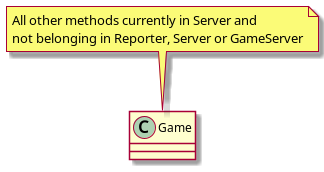
The PlantUML diagram megamek/docs/uml/GameLogic.png in SchoofsEbert/megamek, before a commit. The source it was exported from:
```plantuml
@startuml

note top of Game : All other methods currently in Server and\nnot belonging in Reporter, Server or GameServer
class Game{}

@enduml
```
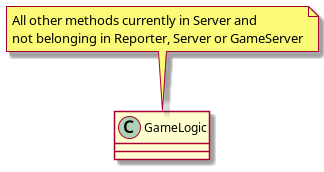
After the commit.

Commit message:
moved Server.checkGlobalDamage to GameLogic.checkGlobalDamage

What changed in the source:
```diff
@@ -1,6 +1,6 @@
 @startuml
 
-note top of Game : All other methods currently in Server and\nnot belonging in Reporter, Server or GameServer
-class Game{}
+note top of GameLogic : All other methods currently in Server and\nnot belonging in Reporter, Server or GameServer
+class GameLogic{}
 
 @enduml
```
